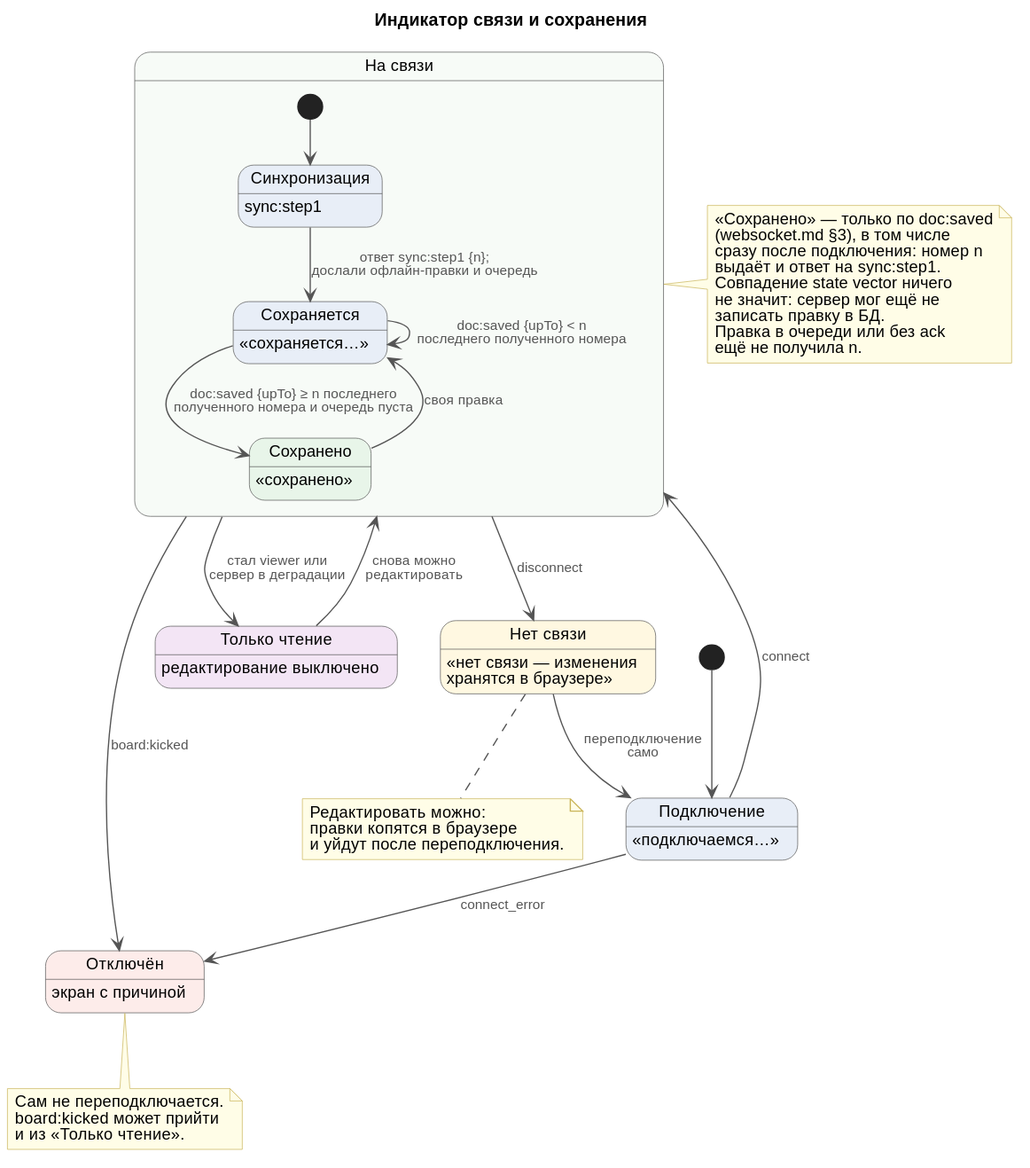
Before: docs/system-design/frontend/save-status.svg, a diagram exported from PlantUML (fanera-team/fanera).
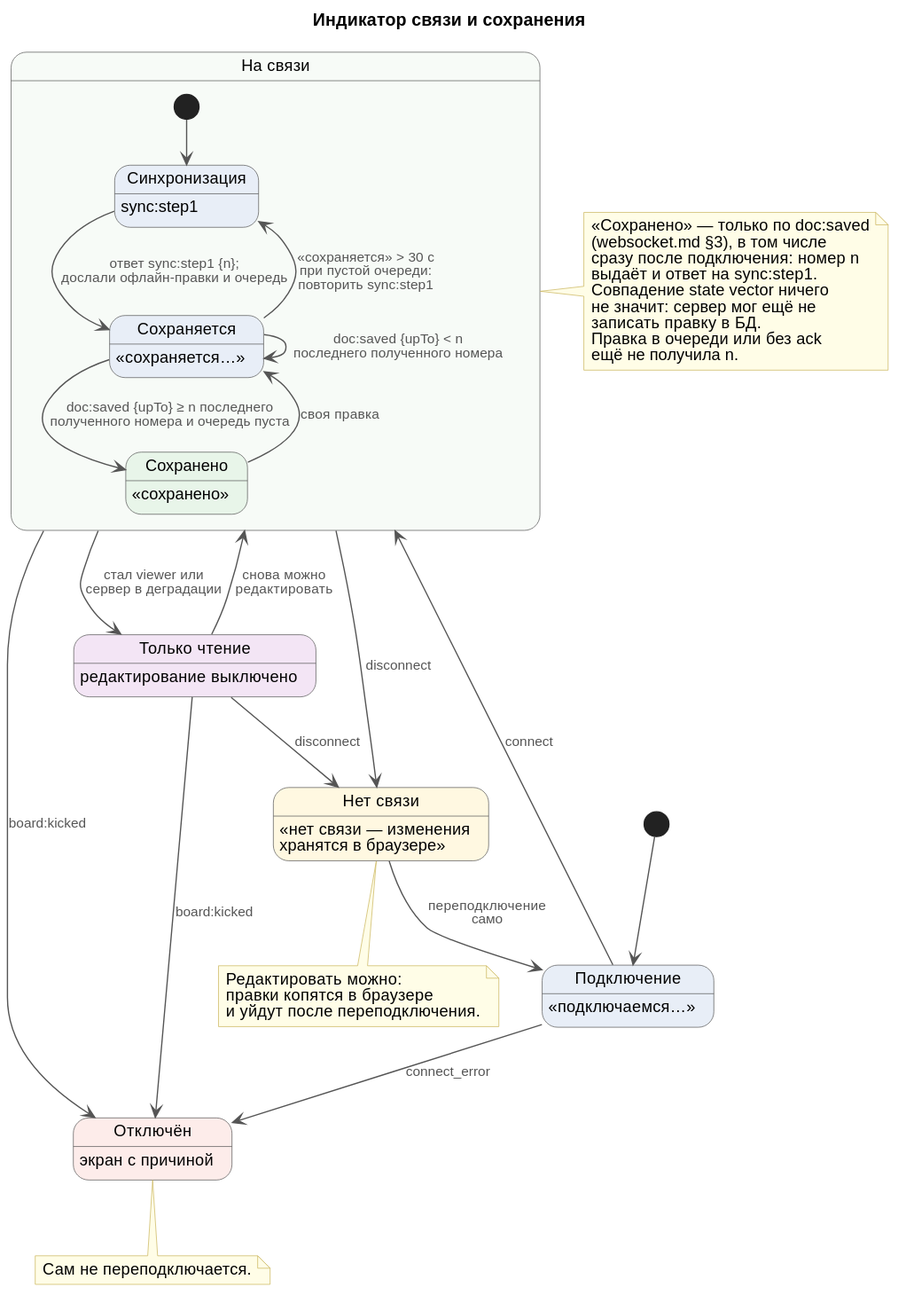
Later version of the same file.

What changed in the source:
```diff
@@ -27,6 +27,7 @@
   Saved --> Saving : своя правка
   Saving --> Saving : doc:saved {upTo} < n\nпоследнего полученного номера
   Saving --> Saved : doc:saved {upTo} ≥ n последнего\nполученного номера и очередь пуста
+  Saving --> Syncing : «сохраняется» > 30 с\nпри пустой очереди:\nповторить sync:step1
 }
 
 note right of Online
@@ -53,6 +54,8 @@
 ReadOnly --> Online : снова можно\nредактировать
 Connecting --> Closed : connect_error
 Online --> Closed : board:kicked
+ReadOnly --> Offline : disconnect
+ReadOnly --> Closed : board:kicked
 
 note bottom of Offline
   Редактировать можно:
@@ -62,7 +65,5 @@
 
 note bottom of Closed
   Сам не переподключается.
-  board:kicked может прийти
-  и из «Только чтение».
 end note
 @enduml
```
